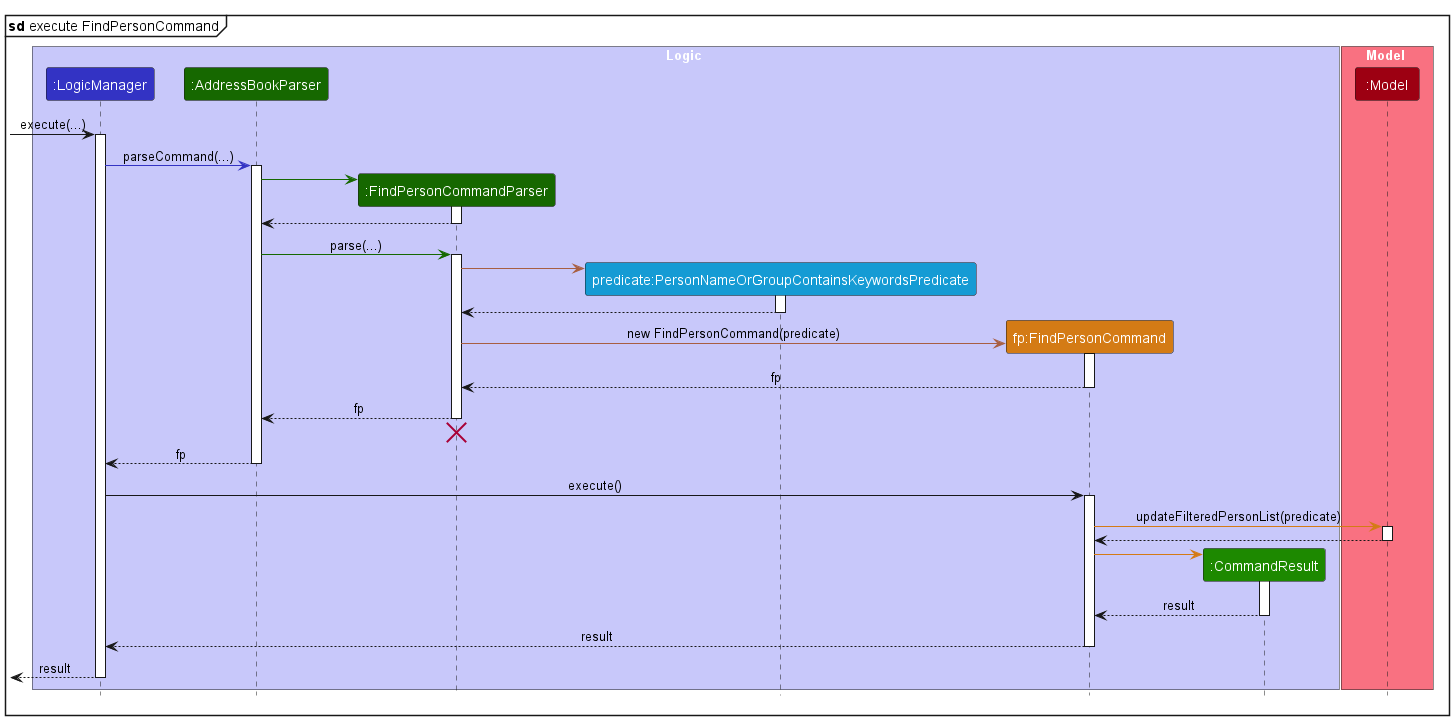
The PlantUML diagram docs/images/FindPersonSequenceDiagram.png in nus-cs2103-AY2324S1/tp, before a commit.
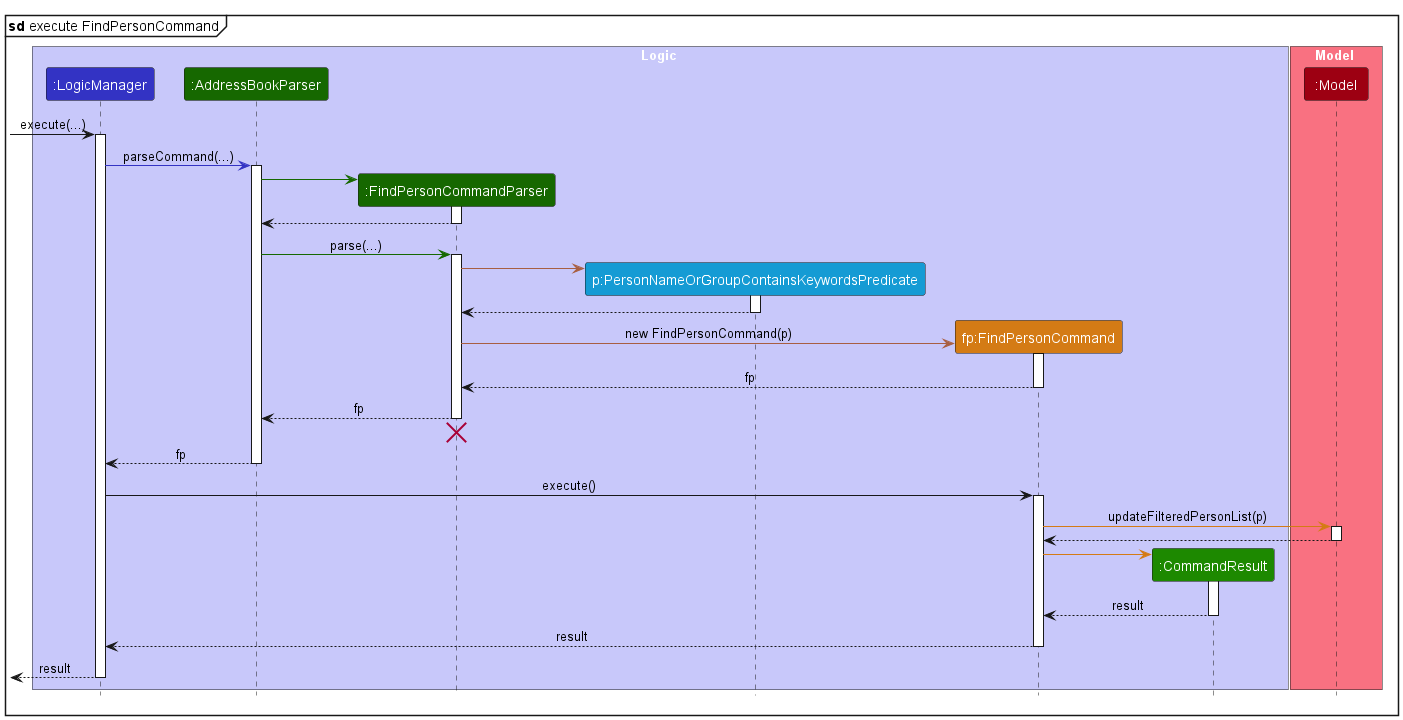
The same diagram one commit later.

Diff of the diagram source:
```diff
@@ -8,7 +8,7 @@
 participant ":LogicManager" as Logic LOGIC_COLOR
 participant ":AddressBookParser" as AddressBookParser ADDRESS_BOOK_PARSER_COLOR
 participant ":FindPersonCommandParser" as FindPersonCommandParser ADDRESS_BOOK_PARSER_COLOR
-participant "predicate:PersonNameOrGroupContainsKeywordsPredicate" as PersonNameOrGroupContainsKeywordsPredicate PERSON_CONTAIN_KEYWORD_COLOR
+participant "p:PersonNameOrGroupContainsKeywordsPredicate" as PersonNameOrGroupContainsKeywordsPredicate PERSON_CONTAIN_KEYWORD_COLOR
 participant "fp:FindPersonCommand" as FindPersonCommand FIND_COMMAND_COLOR
 participant ":CommandResult" as CommandResult COMMAND_RESULT_COLOR
 end box
@@ -41,7 +41,7 @@
 deactivate PersonNameOrGroupContainsKeywordsPredicate
 
 create FindPersonCommand
-FindPersonCommandParser -[FIND_COMMAND_PARSER_COLOR]> FindPersonCommand : new FindPersonCommand(predicate)
+FindPersonCommandParser -[FIND_COMMAND_PARSER_COLOR]> FindPersonCommand : new FindPersonCommand(p)
 activate FindPersonCommand
 
 FindPersonCommand --> FindPersonCommandParser : fp
@@ -58,7 +58,7 @@
 Logic -> FindPersonCommand : execute()
 activate FindPersonCommand
 
-FindPersonCommand -[FIND_COMMAND_COLOR]> Model : updateFilteredPersonList(predicate)
+FindPersonCommand -[FIND_COMMAND_COLOR]> Model : updateFilteredPersonList(p)
 activate Model
 
 Model --> FindPersonCommand
```
